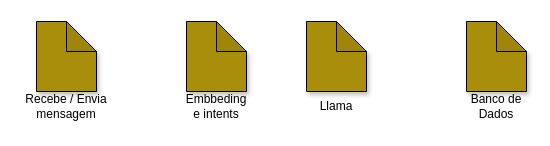
This is docs/api.drawio from Quintanda/ChatBot-Llama, a draw.io file, before an edit. Source tidied: cells renumbered, new cells numbered last; positions are measured from the earlier drawing's top-left corner, leaving out a move shared by most shapes. Both pictures are drawn from the tidied source at 100%, with x=0, y=0 at pixel (21, 21).
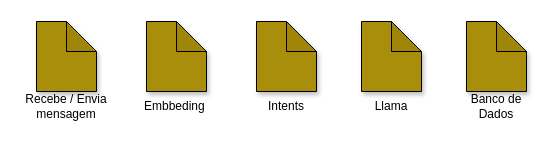
After the change.

Change to the diagram source:
```diff
@@
 <mxGraphModel>
   <root>
     <mxCell id="0" />
     <mxCell id="1" parent="0" />
     <mxCell id="2" style="group;" parent="1" vertex="1">
-      <mxGeometry x="165" width="60" height="100" as="geometry" />
+      <mxGeometry x="125" width="60" height="100" as="geometry" />
     </mxCell>
     <mxCell id="3" style="shape=note;whiteSpace=wrap;html=1;backgroundOutline=1;darkOpacity=0.05;shadow=1;fillColor=#A88E0A;strokeColor=#000000;" parent="2" vertex="1">
       <mxGeometry width="60" height="70" as="geometry" />
     </mxCell>
-    <mxCell id="4" value="Embbeding e intents" style="text;strokeColor=none;align=center;fillColor=none;html=1;verticalAlign=middle;whiteSpace=wrap;rounded=0;shadow=1;" parent="2" vertex="1">
+    <mxCell id="4" value="Embbeding&amp;nbsp;" style="text;strokeColor=none;align=center;fillColor=none;html=1;verticalAlign=middle;whiteSpace=wrap;rounded=0;shadow=1;" parent="2" vertex="1">
       <mxGeometry y="70" width="60" height="30" as="geometry" />
     </mxCell>
     <mxCell id="5" style="group;" parent="1" vertex="1">
-      <mxGeometry x="285" width="60" height="100" as="geometry" />
+      <mxGeometry x="340" width="60" height="100" as="geometry" />
     </mxCell>
     <mxCell id="6" style="shape=note;whiteSpace=wrap;html=1;backgroundOutline=1;darkOpacity=0.05;shadow=1;fillColor=#A88E0A;strokeColor=#000000;" parent="5" vertex="1">
       <mxGeometry width="60" height="70" as="geometry" />
     </mxCell>
     <mxCell id="7" value="Llama" style="text;strokeColor=none;align=center;fillColor=none;html=1;verticalAlign=middle;whiteSpace=wrap;rounded=0;shadow=1;" parent="5" vertex="1">
       <mxGeometry y="70" width="60" height="30" as="geometry" />
     </mxCell>
     <mxCell id="8" style="group;" parent="1" vertex="1">
       <mxGeometry x="445" width="60" height="100" as="geometry" />
     </mxCell>
     <mxCell id="9" style="shape=note;whiteSpace=wrap;html=1;backgroundOutline=1;darkOpacity=0.05;shadow=1;fillColor=#A88E0A;strokeColor=#000000;" parent="8" vertex="1">
       <mxGeometry width="60" height="70" as="geometry" />
     </mxCell>
     <mxCell id="10" value="Banco de Dados" style="text;strokeColor=none;align=center;fillColor=none;html=1;verticalAlign=middle;whiteSpace=wrap;rounded=0;shadow=1;" parent="8" vertex="1">
       <mxGeometry y="70" width="60" height="30" as="geometry" />
     </mxCell>
     <mxCell id="11" style="group;" parent="1" vertex="1">
       <mxGeometry width="90" height="100" as="geometry" />
     </mxCell>
     <mxCell id="12" style="shape=note;whiteSpace=wrap;html=1;backgroundOutline=1;darkOpacity=0.05;shadow=1;fillColor=#A88E0A;strokeColor=#000000;" parent="11" vertex="1">
       <mxGeometry x="15" width="60" height="70" as="geometry" />
     </mxCell>
     <mxCell id="13" value="Recebe / Envia mensagem" style="text;strokeColor=none;align=center;fillColor=none;html=1;verticalAlign=middle;whiteSpace=wrap;rounded=0;shadow=1;" parent="11" vertex="1">
       <mxGeometry y="70" width="90" height="30" as="geometry" />
     </mxCell>
+    <mxCell id="14" style="group;" parent="1" vertex="1">
+      <mxGeometry x="235" width="60" height="100" as="geometry" />
+    </mxCell>
+    <mxCell id="15" style="shape=note;whiteSpace=wrap;html=1;backgroundOutline=1;darkOpacity=0.05;shadow=1;fillColor=#A88E0A;strokeColor=#000000;" parent="14" vertex="1">
+      <mxGeometry width="60" height="70" as="geometry" />
+    </mxCell>
+    <mxCell id="16" value="Intents" style="text;strokeColor=none;align=center;fillColor=none;html=1;verticalAlign=middle;whiteSpace=wrap;rounded=0;shadow=1;" parent="14" vertex="1">
+      <mxGeometry y="70" width="60" height="30" as="geometry" />
+    </mxCell>
   </root>
 </mxGraphModel>
```
